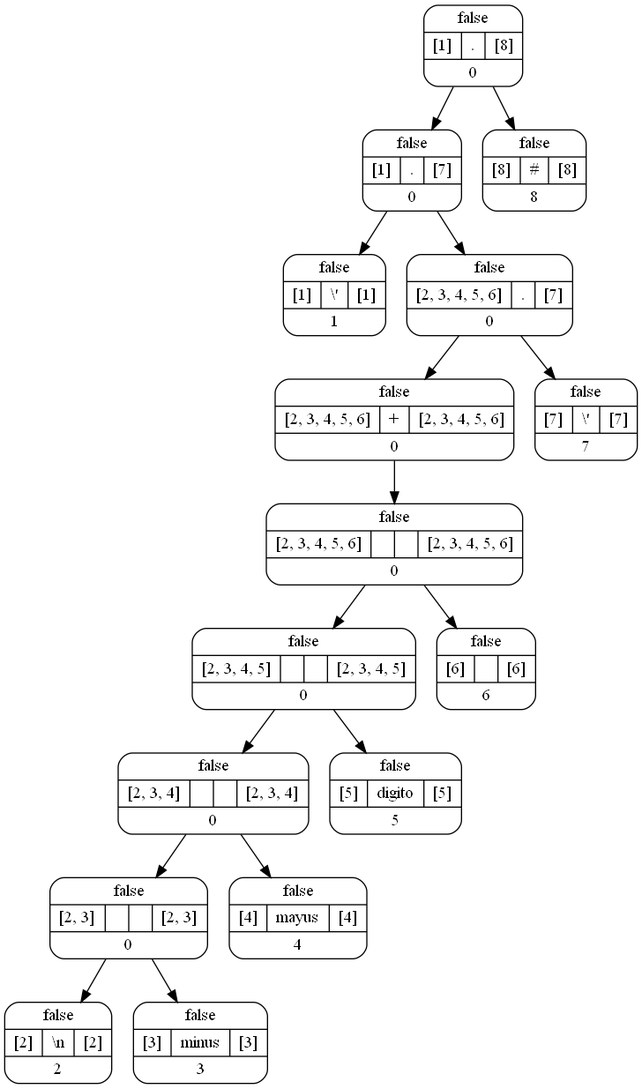
This is Salida/Imagenes/Grafico1.png from Villa01/OLC1-Proyecto1_201900907, a Graphviz export, as it was before one commit. Its source is kept beside it as Salida/ArchivosDot/Grafico1.dot.
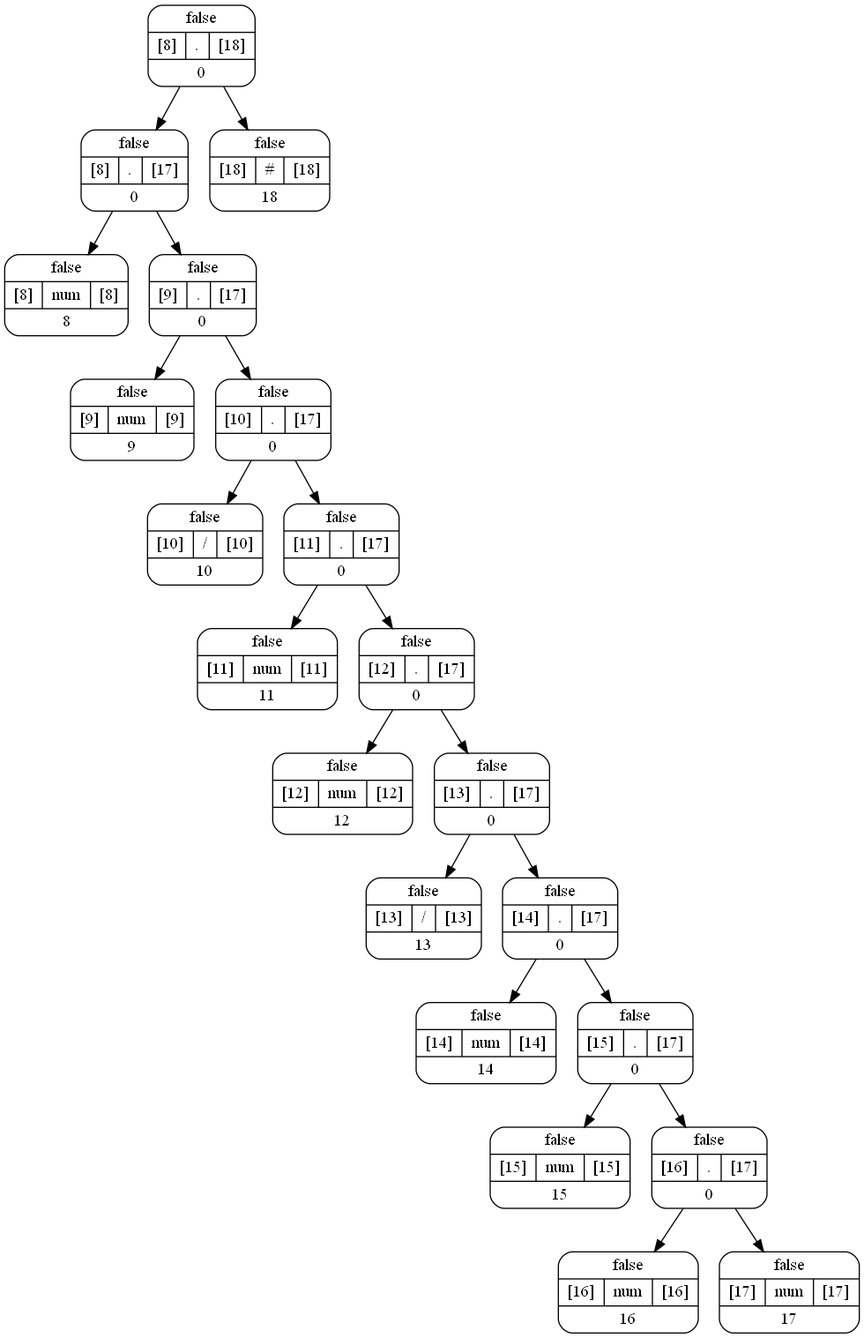
After the commit.

Change to the diagram source:
```diff
@@ -1,37 +1,47 @@
 digraph Arbol_Sintactico{
 
  node[style=rounded shape=record]
-node0[label = "{false|{[1]|.|[8]}|0}"];
+node0[label = "{false|{[8]|.|[18]}|0}"];
 node0 -> node00
-node00[label = "{false|{[1]|.|[7]}|0}"];
+node00[label = "{false|{[8]|.|[17]}|0}"];
 node00 -> node000
-node000[label = "{false|{[1]|\\'|[1]}|1}"];
+node000[label = "{false|{[8]|num|[8]}|8}"];
 node00 -> node001
-node001[label = "{false|{[2, 3, 4, 5, 6]|.|[7]}|0}"];
+node001[label = "{false|{[9]|.|[17]}|0}"];
 node001 -> node0010
-node0010[label = "{false|{[2, 3, 4, 5, 6]|+|[2, 3, 4, 5, 6]}|0}"];
-node0010 -> node00100
-node00100[label = "{false|{[2, 3, 4, 5, 6]|||[2, 3, 4, 5, 6]}|0}"];
-node00100 -> node001000
-node001000[label = "{false|{[2, 3, 4, 5]|||[2, 3, 4, 5]}|0}"];
-node001000 -> node0010000
-node0010000[label = "{false|{[2, 3, 4]|||[2, 3, 4]}|0}"];
-node0010000 -> node00100000
-node00100000[label = "{false|{[2, 3]|||[2, 3]}|0}"];
-node00100000 -> node001000000
-node001000000[label = "{false|{[2]|\\n|[2]}|2}"];
-node00100000 -> node001000001
-node001000001[label = "{false|{[3]|minus|[3]}|3}"];
-node0010000 -> node00100001
-node00100001[label = "{false|{[4]|mayus|[4]}|4}"];
-node001000 -> node0010001
-node0010001[label = "{false|{[5]|digito|[5]}|5}"];
-node00100 -> node001001
-node001001[label = "{false|{[6]| |[6]}|6}"];
+node0010[label = "{false|{[9]|num|[9]}|9}"];
 node001 -> node0011
-node0011[label = "{false|{[7]|\\'|[7]}|7}"];
+node0011[label = "{false|{[10]|.|[17]}|0}"];
+node0011 -> node00110
+node00110[label = "{false|{[10]|/|[10]}|10}"];
+node0011 -> node00111
+node00111[label = "{false|{[11]|.|[17]}|0}"];
+node00111 -> node001110
+node001110[label = "{false|{[11]|num|[11]}|11}"];
+node00111 -> node001111
+node001111[label = "{false|{[12]|.|[17]}|0}"];
+node001111 -> node0011110
+node0011110[label = "{false|{[12]|num|[12]}|12}"];
+node001111 -> node0011111
+node0011111[label = "{false|{[13]|.|[17]}|0}"];
+node0011111 -> node00111110
+node00111110[label = "{false|{[13]|/|[13]}|13}"];
+node0011111 -> node00111111
+node00111111[label = "{false|{[14]|.|[17]}|0}"];
+node00111111 -> node001111110
+node001111110[label = "{false|{[14]|num|[14]}|14}"];
+node00111111 -> node001111111
+node001111111[label = "{false|{[15]|.|[17]}|0}"];
+node001111111 -> node0011111110
+node0011111110[label = "{false|{[15]|num|[15]}|15}"];
+node001111111 -> node0011111111
+node0011111111[label = "{false|{[16]|.|[17]}|0}"];
+node0011111111 -> node00111111110
+node00111111110[label = "{false|{[16]|num|[16]}|16}"];
+node0011111111 -> node00111111111
+node00111111111[label = "{false|{[17]|num|[17]}|17}"];
 node0 -> node01
-node01[label = "{false|{[8]|#|[8]}|8}"];
+node01[label = "{false|{[18]|#|[18]}|18}"];
 
 
 }
```
